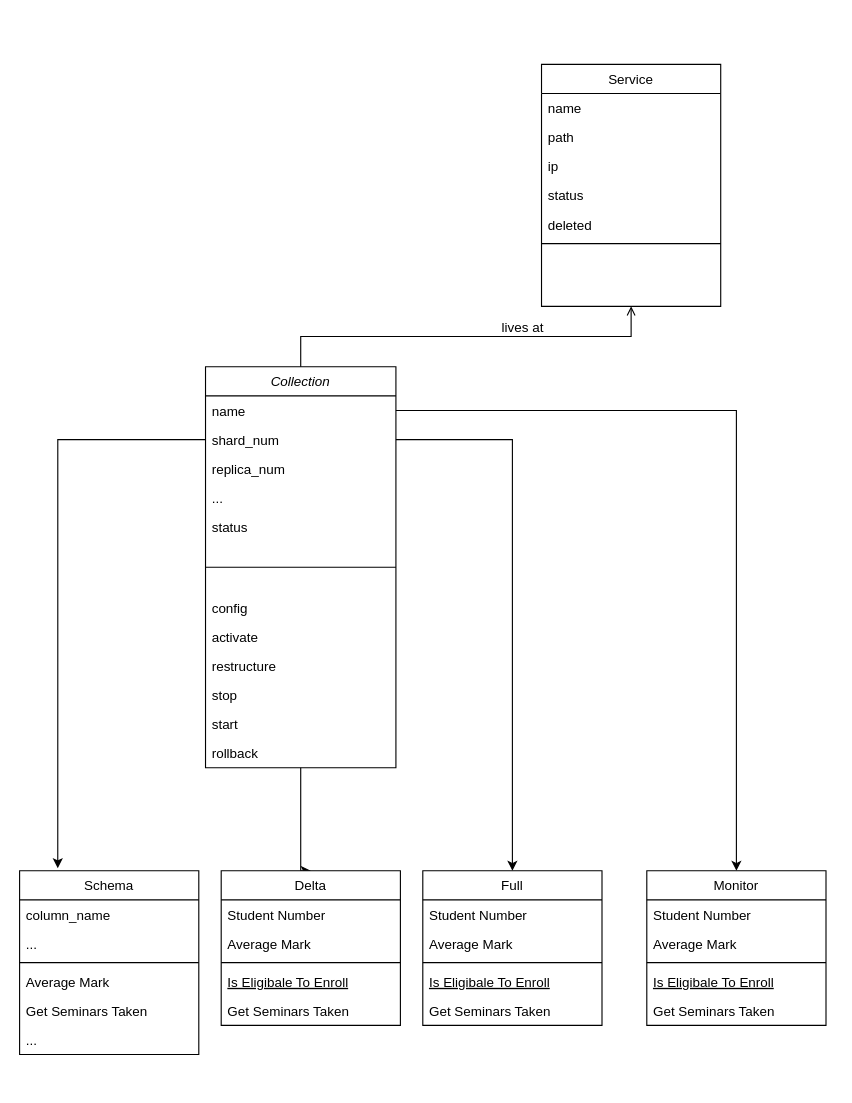
Earlier version of the draw.io diagram bos-uml类图.drawio (yindongjun/drawio-3). Source tidied: cells renumbered, new cells numbered last; positions are measured from the earlier drawing's top-left corner, leaving out a move shared by most shapes. Both pictures are drawn from the tidied source at 112%, with x=0, y=0 at pixel (19, 64).
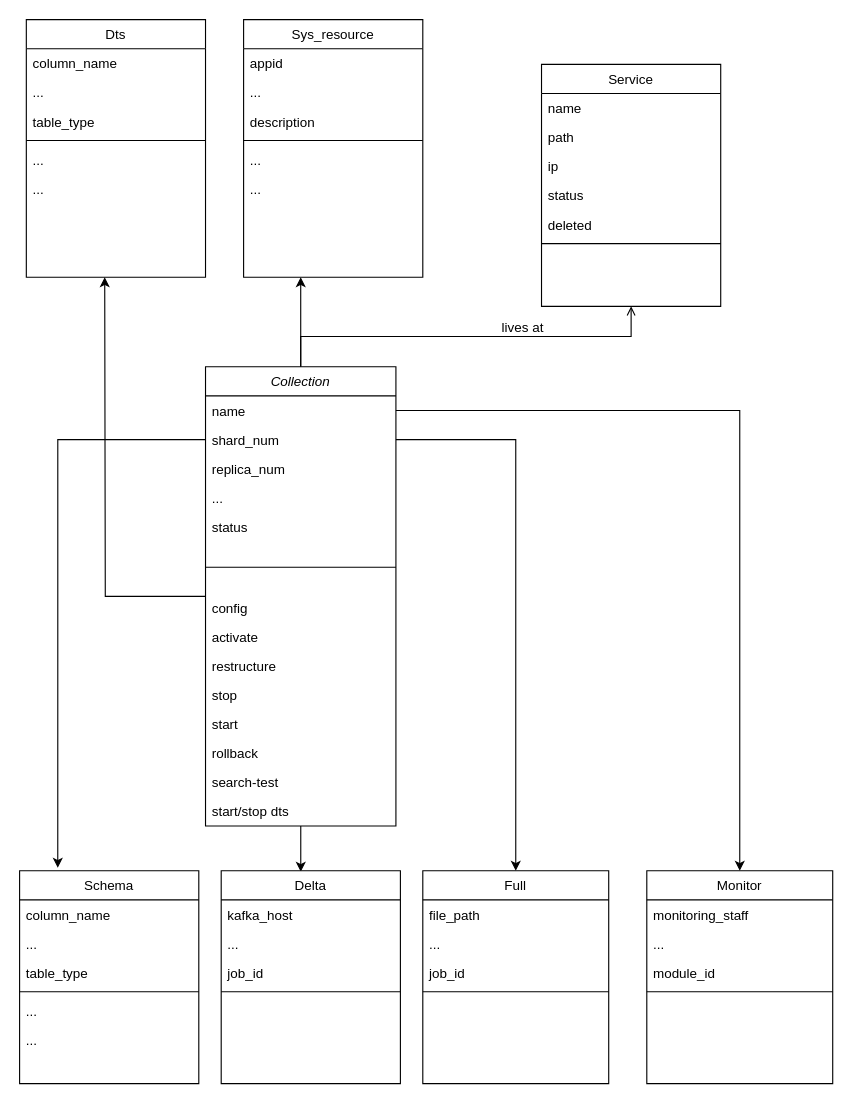
Above is the later version.

Change to the diagram source:
```diff
@@
-    <mxCell id="2" style="edgeStyle=orthogonalEdgeStyle;rounded=0;jettySize=auto;html=1;entryX=0.5;entryY=0;entryDx=0;entryDy=0;" parent="1" edge="1" source="3" target="35">
-      <mxGeometry relative="1" as="geometry">
-        <Array as="points">
-          <mxPoint x="251" y="720" />
-        </Array>
-      </mxGeometry>
+    <mxCell id="2" style="edgeStyle=orthogonalEdgeStyle;rounded=0;jettySize=auto;html=1;entryX=0.444;entryY=0.005;entryDx=0;entryDy=0;entryPerimeter=0;" parent="1" edge="1" source="3" target="35">
+      <mxGeometry relative="1" as="geometry" />
     </mxCell>
+    <mxCell id="53" style="edgeStyle=orthogonalEdgeStyle;rounded=0;jettySize=auto;html=1;" parent="1" edge="1" source="3">
+      <mxGeometry relative="1" as="geometry">
+        <mxPoint x="76" y="190" as="targetPoint" />
+      </mxGeometry>
+    </mxCell>
+    <mxCell id="54" style="edgeStyle=orthogonalEdgeStyle;rounded=0;jettySize=auto;html=1;" parent="1" edge="1" source="3">
+      <mxGeometry relative="1" as="geometry">
+        <mxPoint x="251" y="190" as="targetPoint" />
+      </mxGeometry>
+    </mxCell>
     <mxCell id="3" value="Collection" style="swimlane;fontStyle=2;align=center;verticalAlign=top;horizontal=1;startSize=26;rounded=0;shadow=0;strokeWidth=1;" parent="1" vertex="1">
-      <mxGeometry x="166" y="270" width="170" height="358" as="geometry" />
+      <mxGeometry x="166" y="270" width="170" height="410" as="geometry" />
     </mxCell>
@@
+    <mxCell id="55" value="search-test" style="text;align=left;verticalAlign=top;spacingLeft=4;spacingRight=4;overflow=hidden;" parent="3" vertex="1">
+      <mxGeometry y="358" width="170" height="26" as="geometry" />
+    </mxCell>
+    <mxCell id="56" value="start/stop dts" style="text;align=left;verticalAlign=top;spacingLeft=4;spacingRight=4;overflow=hidden;" parent="3" vertex="1">
+      <mxGeometry y="384" width="170" height="26" as="geometry" />
+    </mxCell>
@@
     <mxCell id="28" value="Schema" style="swimlane;fontStyle=0;align=center;verticalAlign=top;horizontal=1;startSize=26;rounded=0;shadow=0;strokeWidth=1;" parent="1" vertex="1">
-      <mxGeometry y="720" width="160" height="164" as="geometry" />
+      <mxGeometry y="720" width="160" height="190" as="geometry" />
     </mxCell>
@@
+    <mxCell id="32" value="table_type" style="text;align=left;verticalAlign=top;spacingLeft=4;spacingRight=4;overflow=hidden;rounded=0;shadow=0;html=0;" parent="28" vertex="1">
+      <mxGeometry y="78" width="160" height="26" as="geometry" />
+    </mxCell>
     <mxCell id="31" style="line;html=1;strokeWidth=1;align=left;verticalAlign=middle;spacingTop=-1;spacingLeft=3;spacingRight=3;labelPosition=right;" parent="28" vertex="1">
-      <mxGeometry y="78" width="160" height="8" as="geometry" />
+      <mxGeometry y="104" width="160" height="8" as="geometry" />
     </mxCell>
-    <mxCell id="32" value="Average Mark" style="text;align=left;verticalAlign=top;spacingLeft=4;spacingRight=4;overflow=hidden;rounded=0;shadow=0;html=0;" parent="28" vertex="1">
-      <mxGeometry y="86" width="160" height="26" as="geometry" />
-    </mxCell>
-    <mxCell id="33" value="Get Seminars Taken" style="text;align=left;verticalAlign=top;spacingLeft=4;spacingRight=4;overflow=hidden;" parent="28" vertex="1">
-      <mxGeometry y="112" width="160" height="26" as="geometry" />
-    </mxCell>
     <mxCell id="34" value="..." style="text;align=left;verticalAlign=top;spacingLeft=4;spacingRight=4;overflow=hidden;rounded=0;shadow=0;html=0;" parent="28" vertex="1">
-      <mxGeometry y="138" width="160" height="26" as="geometry" />
+      <mxGeometry y="112" width="160" height="26" as="geometry" />
     </mxCell>
+    <mxCell id="57" value="..." style="text;align=left;verticalAlign=top;spacingLeft=4;spacingRight=4;overflow=hidden;rounded=0;shadow=0;html=0;" parent="28" vertex="1">
+      <mxGeometry y="138" width="160" height="26" as="geometry" />
+    </mxCell>
     <mxCell id="35" value="Delta" style="swimlane;fontStyle=0;align=center;verticalAlign=top;horizontal=1;startSize=26;rounded=0;shadow=0;strokeWidth=1;" parent="1" vertex="1">
-      <mxGeometry x="180" y="720" width="160" height="138" as="geometry" />
+      <mxGeometry x="180" y="720" width="160" height="190" as="geometry" />
     </mxCell>
-    <mxCell id="36" value="Student Number" style="text;align=left;verticalAlign=top;spacingLeft=4;spacingRight=4;overflow=hidden;" parent="35" vertex="1">
+    <mxCell id="36" value="kafka_host" style="text;align=left;verticalAlign=top;spacingLeft=4;spacingRight=4;overflow=hidden;" parent="35" vertex="1">
       <mxGeometry y="26" width="160" height="26" as="geometry" />
     </mxCell>
-    <mxCell id="37" value="Average Mark" style="text;align=left;verticalAlign=top;spacingLeft=4;spacingRight=4;overflow=hidden;rounded=0;shadow=0;html=0;" parent="35" vertex="1">
+    <mxCell id="37" value="..." style="text;align=left;verticalAlign=top;spacingLeft=4;spacingRight=4;overflow=hidden;rounded=0;shadow=0;html=0;" parent="35" vertex="1">
       <mxGeometry y="52" width="160" height="26" as="geometry" />
     </mxCell>
+    <mxCell id="58" value="job_id" style="text;align=left;verticalAlign=top;spacingLeft=4;spacingRight=4;overflow=hidden;rounded=0;shadow=0;html=0;" parent="35" vertex="1">
+      <mxGeometry y="78" width="160" height="26" as="geometry" />
+    </mxCell>
     <mxCell id="38" style="line;html=1;strokeWidth=1;align=left;verticalAlign=middle;spacingTop=-1;spacingLeft=3;spacingRight=3;labelPosition=right;" parent="35" vertex="1">
-      <mxGeometry y="78" width="160" height="8" as="geometry" />
+      <mxGeometry y="104" width="160" height="8" as="geometry" />
     </mxCell>
-    <mxCell id="39" value="Is Eligibale To Enroll" style="text;align=left;verticalAlign=top;spacingLeft=4;spacingRight=4;overflow=hidden;fontStyle=4;" parent="35" vertex="1">
-      <mxGeometry y="86" width="160" height="26" as="geometry" />
-    </mxCell>
-    <mxCell id="40" value="Get Seminars Taken" style="text;align=left;verticalAlign=top;spacingLeft=4;spacingRight=4;overflow=hidden;" parent="35" vertex="1">
-      <mxGeometry y="112" width="160" height="26" as="geometry" />
-    </mxCell>
     <mxCell id="41" value="Full" style="swimlane;fontStyle=0;align=center;verticalAlign=top;horizontal=1;startSize=26;rounded=0;shadow=0;strokeWidth=1;" parent="1" vertex="1">
-      <mxGeometry x="360" y="720" width="160" height="138" as="geometry" />
+      <mxGeometry x="360" y="720" width="166" height="190" as="geometry" />
     </mxCell>
-    <mxCell id="42" value="Student Number" style="text;align=left;verticalAlign=top;spacingLeft=4;spacingRight=4;overflow=hidden;" parent="41" vertex="1">
-      <mxGeometry y="26" width="160" height="26" as="geometry" />
+    <mxCell id="42" value="file_path" style="text;align=left;verticalAlign=top;spacingLeft=4;spacingRight=4;overflow=hidden;" parent="41" vertex="1">
+      <mxGeometry y="26" width="166" height="26" as="geometry" />
     </mxCell>
-    <mxCell id="43" value="Average Mark" style="text;align=left;verticalAlign=top;spacingLeft=4;spacingRight=4;overflow=hidden;rounded=0;shadow=0;html=0;" parent="41" vertex="1">
-      <mxGeometry y="52" width="160" height="26" as="geometry" />
+    <mxCell id="43" value="..." style="text;align=left;verticalAlign=top;spacingLeft=4;spacingRight=4;overflow=hidden;rounded=0;shadow=0;html=0;" parent="41" vertex="1">
+      <mxGeometry y="52" width="166" height="26" as="geometry" />
     </mxCell>
+    <mxCell id="45" value="job_id" style="text;align=left;verticalAlign=top;spacingLeft=4;spacingRight=4;overflow=hidden;fontStyle=0;" parent="41" vertex="1">
+      <mxGeometry y="78" width="166" height="26" as="geometry" />
+    </mxCell>
     <mxCell id="44" style="line;html=1;strokeWidth=1;align=left;verticalAlign=middle;spacingTop=-1;spacingLeft=3;spacingRight=3;labelPosition=right;" parent="41" vertex="1">
-      <mxGeometry y="78" width="160" height="8" as="geometry" />
+      <mxGeometry y="104" width="166" height="8" as="geometry" />
     </mxCell>
-    <mxCell id="45" value="Is Eligibale To Enroll" style="text;align=left;verticalAlign=top;spacingLeft=4;spacingRight=4;overflow=hidden;fontStyle=4;" parent="41" vertex="1">
-      <mxGeometry y="86" width="160" height="26" as="geometry" />
-    </mxCell>
-    <mxCell id="46" value="Get Seminars Taken" style="text;align=left;verticalAlign=top;spacingLeft=4;spacingRight=4;overflow=hidden;" parent="41" vertex="1">
-      <mxGeometry y="112" width="160" height="26" as="geometry" />
-    </mxCell>
     <mxCell id="47" value="Monitor" style="swimlane;fontStyle=0;align=center;verticalAlign=top;horizontal=1;startSize=26;rounded=0;shadow=0;strokeWidth=1;" parent="1" vertex="1">
-      <mxGeometry x="560" y="720" width="160" height="138" as="geometry" />
+      <mxGeometry x="560" y="720" width="166" height="190" as="geometry" />
     </mxCell>
-    <mxCell id="48" value="Student Number" style="text;align=left;verticalAlign=top;spacingLeft=4;spacingRight=4;overflow=hidden;" parent="47" vertex="1">
-      <mxGeometry y="26" width="160" height="26" as="geometry" />
+    <mxCell id="48" value="monitoring_staff" style="text;align=left;verticalAlign=top;spacingLeft=4;spacingRight=4;overflow=hidden;" parent="47" vertex="1">
+      <mxGeometry y="26" width="166" height="26" as="geometry" />
     </mxCell>
-    <mxCell id="49" value="Average Mark" style="text;align=left;verticalAlign=top;spacingLeft=4;spacingRight=4;overflow=hidden;rounded=0;shadow=0;html=0;" parent="47" vertex="1">
-      <mxGeometry y="52" width="160" height="26" as="geometry" />
+    <mxCell id="49" value="..." style="text;align=left;verticalAlign=top;spacingLeft=4;spacingRight=4;overflow=hidden;rounded=0;shadow=0;html=0;" parent="47" vertex="1">
+      <mxGeometry y="52" width="166" height="26" as="geometry" />
     </mxCell>
+    <mxCell id="51" value="module_id" style="text;align=left;verticalAlign=top;spacingLeft=4;spacingRight=4;overflow=hidden;fontStyle=0;" parent="47" vertex="1">
+      <mxGeometry y="78" width="166" height="26" as="geometry" />
+    </mxCell>
     <mxCell id="50" style="line;html=1;strokeWidth=1;align=left;verticalAlign=middle;spacingTop=-1;spacingLeft=3;spacingRight=3;labelPosition=right;" parent="47" vertex="1">
-      <mxGeometry y="78" width="160" height="8" as="geometry" />
+      <mxGeometry y="104" width="166" height="8" as="geometry" />
     </mxCell>
-    <mxCell id="51" value="Is Eligibale To Enroll" style="text;align=left;verticalAlign=top;spacingLeft=4;spacingRight=4;overflow=hidden;fontStyle=4;" parent="47" vertex="1">
-      <mxGeometry y="86" width="160" height="26" as="geometry" />
-    </mxCell>
-    <mxCell id="52" value="Get Seminars Taken" style="text;align=left;verticalAlign=top;spacingLeft=4;spacingRight=4;overflow=hidden;" parent="47" vertex="1">
-      <mxGeometry y="112" width="160" height="26" as="geometry" />
-    </mxCell>
+    <mxCell id="59" value="Dts" style="swimlane;fontStyle=0;align=center;verticalAlign=top;horizontal=1;startSize=26;rounded=0;shadow=0;strokeWidth=1;" parent="1" vertex="1">
+      <mxGeometry x="6" y="-40" width="160" height="230" as="geometry" />
+    </mxCell>
+    <mxCell id="60" value="column_name" style="text;align=left;verticalAlign=top;spacingLeft=4;spacingRight=4;overflow=hidden;" parent="59" vertex="1">
+      <mxGeometry y="26" width="160" height="26" as="geometry" />
+    </mxCell>
+    <mxCell id="61" value="..." style="text;align=left;verticalAlign=top;spacingLeft=4;spacingRight=4;overflow=hidden;rounded=0;shadow=0;html=0;" parent="59" vertex="1">
+      <mxGeometry y="52" width="160" height="26" as="geometry" />
+    </mxCell>
+    <mxCell id="62" value="table_type" style="text;align=left;verticalAlign=top;spacingLeft=4;spacingRight=4;overflow=hidden;rounded=0;shadow=0;html=0;" parent="59" vertex="1">
+      <mxGeometry y="78" width="160" height="26" as="geometry" />
+    </mxCell>
+    <mxCell id="63" style="line;html=1;strokeWidth=1;align=left;verticalAlign=middle;spacingTop=-1;spacingLeft=3;spacingRight=3;labelPosition=right;" parent="59" vertex="1">
+      <mxGeometry y="104" width="160" height="8" as="geometry" />
+    </mxCell>
+    <mxCell id="64" value="..." style="text;align=left;verticalAlign=top;spacingLeft=4;spacingRight=4;overflow=hidden;rounded=0;shadow=0;html=0;" parent="59" vertex="1">
+      <mxGeometry y="112" width="160" height="26" as="geometry" />
+    </mxCell>
+    <mxCell id="65" value="..." style="text;align=left;verticalAlign=top;spacingLeft=4;spacingRight=4;overflow=hidden;rounded=0;shadow=0;html=0;" parent="59" vertex="1">
+      <mxGeometry y="138" width="160" height="26" as="geometry" />
+    </mxCell>
+    <mxCell id="66" value="Sys_resource" style="swimlane;fontStyle=0;align=center;verticalAlign=top;horizontal=1;startSize=26;rounded=0;shadow=0;strokeWidth=1;" parent="1" vertex="1">
+      <mxGeometry x="200" y="-40" width="160" height="230" as="geometry" />
+    </mxCell>
+    <mxCell id="67" value="appid" style="text;align=left;verticalAlign=top;spacingLeft=4;spacingRight=4;overflow=hidden;" parent="66" vertex="1">
+      <mxGeometry y="26" width="160" height="26" as="geometry" />
+    </mxCell>
+    <mxCell id="68" value="..." style="text;align=left;verticalAlign=top;spacingLeft=4;spacingRight=4;overflow=hidden;rounded=0;shadow=0;html=0;" parent="66" vertex="1">
+      <mxGeometry y="52" width="160" height="26" as="geometry" />
+    </mxCell>
+    <mxCell id="69" value="description" style="text;align=left;verticalAlign=top;spacingLeft=4;spacingRight=4;overflow=hidden;rounded=0;shadow=0;html=0;" parent="66" vertex="1">
+      <mxGeometry y="78" width="160" height="26" as="geometry" />
+    </mxCell>
+    <mxCell id="70" style="line;html=1;strokeWidth=1;align=left;verticalAlign=middle;spacingTop=-1;spacingLeft=3;spacingRight=3;labelPosition=right;" parent="66" vertex="1">
+      <mxGeometry y="104" width="160" height="8" as="geometry" />
+    </mxCell>
+    <mxCell id="71" value="..." style="text;align=left;verticalAlign=top;spacingLeft=4;spacingRight=4;overflow=hidden;rounded=0;shadow=0;html=0;" parent="66" vertex="1">
+      <mxGeometry y="112" width="160" height="26" as="geometry" />
+    </mxCell>
+    <mxCell id="72" value="..." style="text;align=left;verticalAlign=top;spacingLeft=4;spacingRight=4;overflow=hidden;rounded=0;shadow=0;html=0;" parent="66" vertex="1">
+      <mxGeometry y="138" width="160" height="26" as="geometry" />
+    </mxCell>
```
